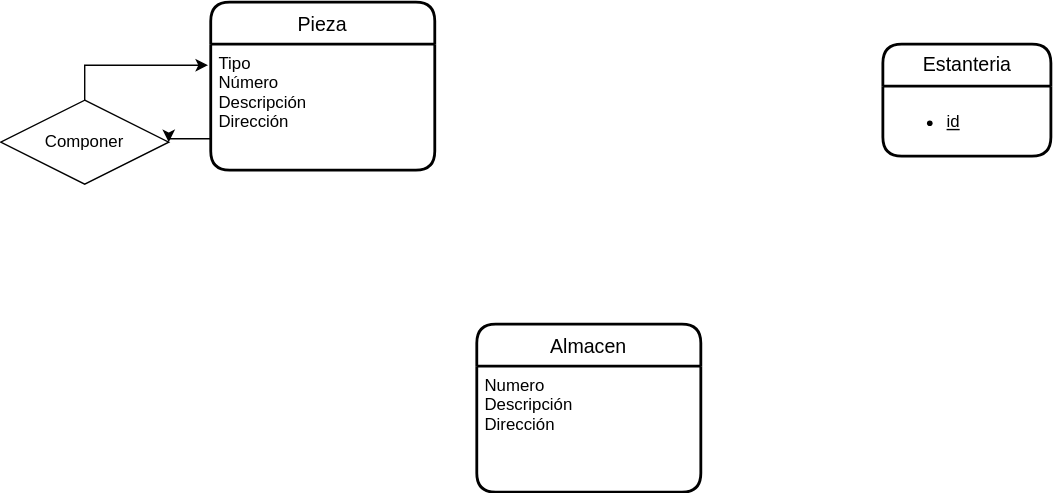
Before: UD12-5.svg, a diagram exported from draw.io (Jimxx22/C3-UD11-UML). Source tidied: cells renumbered, new cells last; positions are measured from the earlier drawing's top-left corner, leaving out a move shared by most shapes.
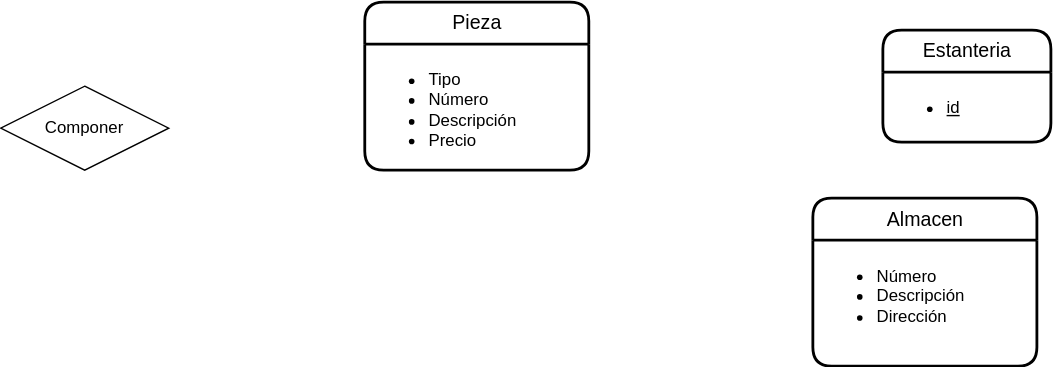
The same diagram one commit later.

Diff of the diagram source:
```diff
@@ -2,31 +2,31 @@
   <root>
     <mxCell id="0" />
     <mxCell id="1" parent="0" />
-    <mxCell id="2" value="Pieza" style="swimlane;horizontal=1;startSize=30;rounded=1;fontSize=14;fontStyle=0;strokeWidth=2;shadow=0;dashed=0;align=center;html=0;" parent="1" vertex="1">
-      <mxGeometry x="150" width="160" height="120" as="geometry" />
-    </mxCell>
-    <mxCell id="3" value="Tipo&#10;Número&#10;Descripción&#10;Dirección&#10;" style="align=left;strokeColor=none;fillColor=none;spacingLeft=4;fontSize=12;verticalAlign=top;html=0;" parent="2" vertex="1">
-      <mxGeometry y="30" width="160" height="90" as="geometry" />
-    </mxCell>
-    <mxCell id="4" value="Almacen" style="swimlane;horizontal=1;startSize=30;rounded=1;fontSize=14;fontStyle=0;strokeWidth=2;shadow=0;dashed=0;align=center;" parent="1" vertex="1">
-      <mxGeometry x="340" y="230" width="160" height="120" as="geometry" />
-    </mxCell>
-    <mxCell id="5" value="Numero&#10;Descripción&#10;Dirección" style="align=left;strokeColor=none;fillColor=none;spacingLeft=4;fontSize=12;verticalAlign=top;" parent="4" vertex="1">
-      <mxGeometry y="30" width="160" height="90" as="geometry" />
-    </mxCell>
     <mxCell id="6" value="Estanteria" style="swimlane;horizontal=1;startSize=30;rounded=1;fontSize=14;fontStyle=0;strokeWidth=2;shadow=0;dashed=0;align=center;glass=0;fillColor=default;html=1;" parent="1" vertex="1">
       <mxGeometry x="630" y="30" width="120" height="80" as="geometry" />
     </mxCell>
     <mxCell id="7" value="&lt;ul&gt;&lt;li&gt;&lt;u&gt;id&lt;/u&gt;&lt;/li&gt;&lt;/ul&gt;" style="align=left;strokeColor=none;fillColor=none;spacingLeft=4;fontSize=12;verticalAlign=top;rounded=0;glass=0;html=1;" parent="6" vertex="1">
       <mxGeometry y="30" width="120" height="50" as="geometry" />
     </mxCell>
+    <mxCell id="2" value="Pieza" style="swimlane;horizontal=1;startSize=30;rounded=1;fontSize=14;fontStyle=0;strokeWidth=2;shadow=0;dashed=0;align=center;glass=0;fillColor=default;html=1;" parent="1" vertex="1">
+      <mxGeometry x="260" y="10" width="160" height="120" as="geometry" />
+    </mxCell>
+    <mxCell id="11" value="&lt;ul&gt;&lt;li&gt;Tipo&lt;/li&gt;&lt;li&gt;Número&lt;/li&gt;&lt;li&gt;Descripción&lt;/li&gt;&lt;li&gt;Precio&lt;/li&gt;&lt;/ul&gt;" style="align=left;strokeColor=none;fillColor=none;spacingLeft=4;fontSize=12;verticalAlign=top;rounded=0;glass=0;html=1;" parent="2" vertex="1">
+      <mxGeometry y="30" width="160" height="90" as="geometry" />
+    </mxCell>
-    <mxCell id="8" style="edgeStyle=orthogonalEdgeStyle;rounded=0;jettySize=auto;html=1;exitX=0.5;exitY=0;exitDx=0;exitDy=0;entryX=-0.012;entryY=0.167;entryDx=0;entryDy=0;entryPerimeter=0;" parent="1" edge="1" source="9" target="3">
+    <mxCell id="8" style="edgeStyle=orthogonalEdgeStyle;rounded=0;jettySize=auto;html=1;exitX=0.5;exitY=0;exitDx=0;exitDy=0;entryX=-0.012;entryY=0.167;entryDx=0;entryDy=0;entryPerimeter=0;" parent="1" edge="1" source="9">
       <mxGeometry relative="1" as="geometry" />
     </mxCell>
+    <mxCell id="4" value="Almacen" style="swimlane;horizontal=1;startSize=30;rounded=1;fontSize=14;fontStyle=0;strokeWidth=2;shadow=0;dashed=0;align=center;glass=0;fillColor=default;html=1;" parent="1" vertex="1">
+      <mxGeometry x="580" y="150" width="160" height="120" as="geometry" />
+    </mxCell>
+    <mxCell id="12" value="&lt;ul&gt;&lt;li&gt;Número&lt;/li&gt;&lt;li&gt;Descripción&lt;/li&gt;&lt;li&gt;Dirección&lt;/li&gt;&lt;/ul&gt;" style="align=left;strokeColor=none;fillColor=none;spacingLeft=4;fontSize=12;verticalAlign=top;rounded=0;glass=0;html=1;" parent="4" vertex="1">
+      <mxGeometry y="30" width="160" height="90" as="geometry" />
+    </mxCell>
     <mxCell id="9" value="&lt;div&gt;Componer&lt;/div&gt;" style="shape=rhombus;perimeter=rhombusPerimeter;whiteSpace=wrap;html=1;align=center;" parent="1" vertex="1">
       <mxGeometry y="70" width="120" height="60" as="geometry" />
     </mxCell>
-    <mxCell id="10" style="edgeStyle=orthogonalEdgeStyle;rounded=0;jettySize=auto;html=1;exitX=0;exitY=0.75;exitDx=0;exitDy=0;entryX=1;entryY=0.5;entryDx=0;entryDy=0;" parent="1" edge="1" source="3" target="9">
+    <mxCell id="10" style="edgeStyle=orthogonalEdgeStyle;rounded=0;jettySize=auto;html=1;exitX=0;exitY=0.75;exitDx=0;exitDy=0;entryX=1;entryY=0.5;entryDx=0;entryDy=0;" parent="1" edge="1" target="9">
       <mxGeometry relative="1" as="geometry" />
     </mxCell>
   </root>
```
